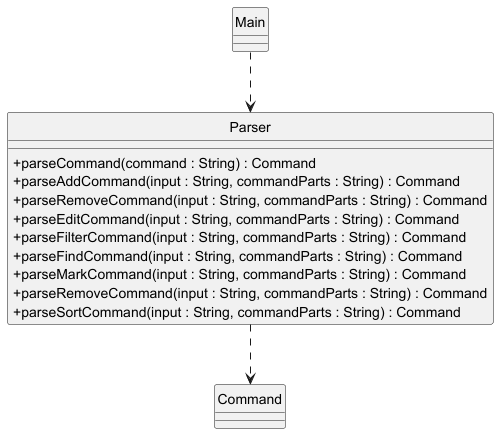
The PlantUML diagram docs/images/ParserClassDiagram.png in nus-cs2113-AY2425S1/tp, before a commit.
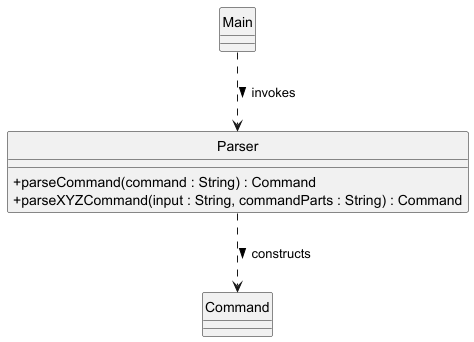
Above is the later version.

Commit message:
Fix class diagram bugs

Diff of the diagram source:
```diff
@@ -6,17 +6,10 @@
 
 class Parser {
     +parseCommand(command : String) : Command
-    +parseAddCommand(input : String, commandParts : String) : Command
-    +parseRemoveCommand(input : String, commandParts : String) : Command
-    +parseEditCommand(input : String, commandParts : String) : Command
-    +parseFilterCommand(input : String, commandParts : String) : Command
-    +parseFindCommand(input : String, commandParts : String) : Command
-    +parseMarkCommand(input : String, commandParts : String) : Command
-    +parseRemoveCommand(input : String, commandParts : String) : Command
-    +parseSortCommand(input : String, commandParts : String) : Command
+    +parseXYZCommand(input : String, commandParts : String) : Command
 }
 
-Main ..> Parser
-Parser ..> Command
+Main ..> Parser : invokes >
+Parser ..> Command : constructs >
 
 @enduml
```
